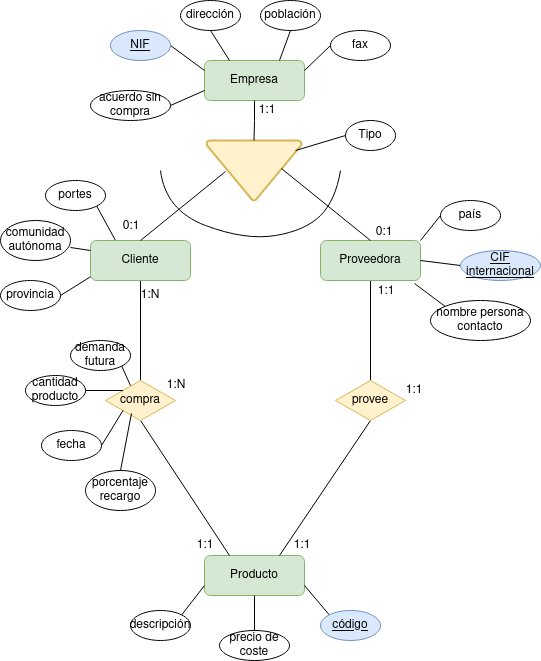
Above: Unidad-1/Tareas/Tareas-evaluables/Tarea-evaluable-4/tarea-evaluable-4.drawio.png in LuisMGlez/base-datos (draw.io), before the change. Source tidied: cells renumbered, new cells last; positions are measured from the earlier drawing's top-left corner, leaving out a move shared by most shapes.
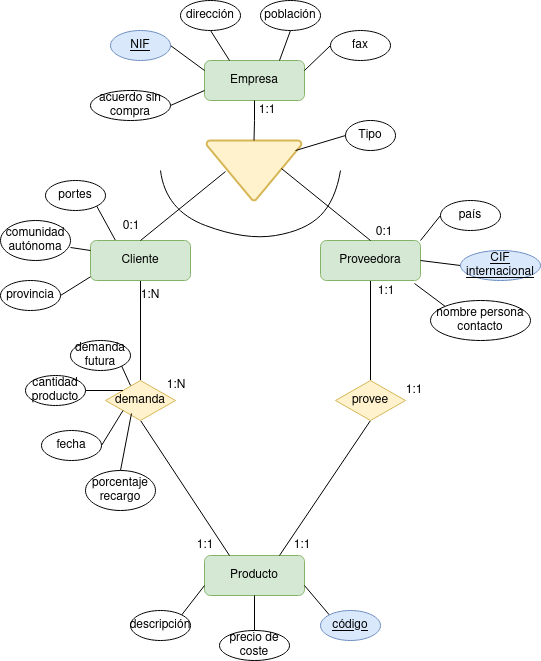
Later version of the same file.

What changed in the source:
```diff
@@ -61,7 +61,7 @@
     <mxCell id="17" style="rounded=0;jettySize=auto;html=1;exitX=0.5;exitY=1;exitDx=0;exitDy=0;entryX=0.25;entryY=0;entryDx=0;entryDy=0;endArrow=none;endFill=0;" parent="1" edge="1" source="18" target="2">
       <mxGeometry relative="1" as="geometry" />
     </mxCell>
-    <mxCell id="18" value="compra" style="rhombus;whiteSpace=wrap;html=1;fillColor=#fff2cc;strokeColor=#d6b656;" parent="1" vertex="1">
+    <mxCell id="18" value="demanda" style="rhombus;whiteSpace=wrap;html=1;fillColor=#fff2cc;strokeColor=#d6b656;" parent="1" vertex="1">
       <mxGeometry x="105" y="380" width="70" height="40" as="geometry" />
     </mxCell>
     <mxCell id="19" style="rounded=0;jettySize=auto;html=1;exitX=0.5;exitY=1;exitDx=0;exitDy=0;entryX=0.75;entryY=0;entryDx=0;entryDy=0;endArrow=none;endFill=0;" parent="1" edge="1" source="20" target="2">
```
